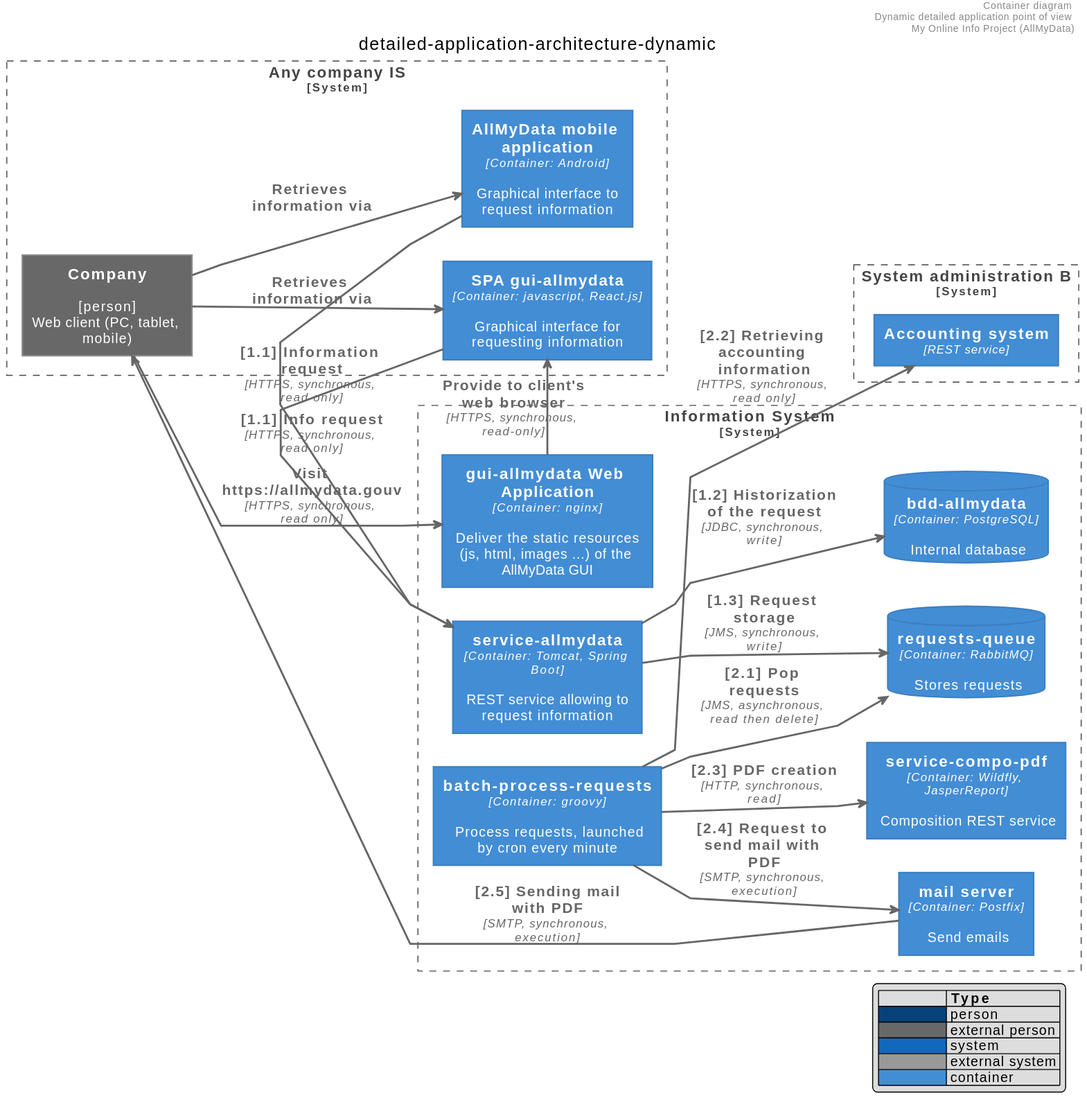
The PlantUML diagram diagrams/detailed-application-architecture-dynamic.svg in bflorat/architecture-document-template, before a commit.
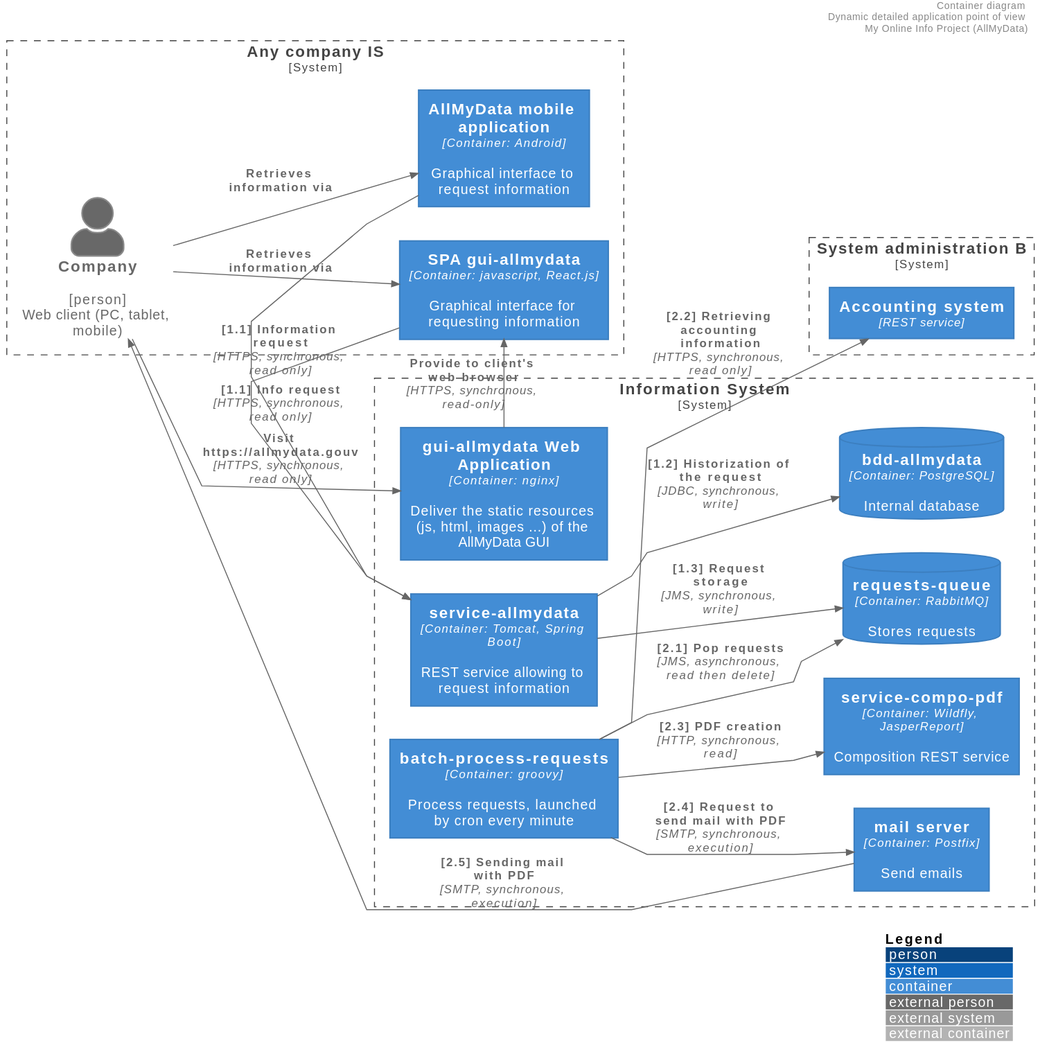
After the change.

Diff of the diagram source:
```diff
@@ -1,7 +1,10 @@
-@startuml
+@startuml detailed-application-architecture-dynamic
 !include detailled-application-design-static.puml
-title detailed-application-architecture-dynamic
 header Container diagram \nDynamic detailed application point of view \n My Online Info Project (AllMyData)
+
+LAYOUT_WITH_LEGEND()
+HIDE_STEREOTYPE()
+SHOW_PERSON_PORTRAIT()
 
 Rel(company, static_resources, "Visit https://allmydata.gouv", "HTTPS, synchronous, read only")
 Rel(company, spa, "Retrieves information via")
```
